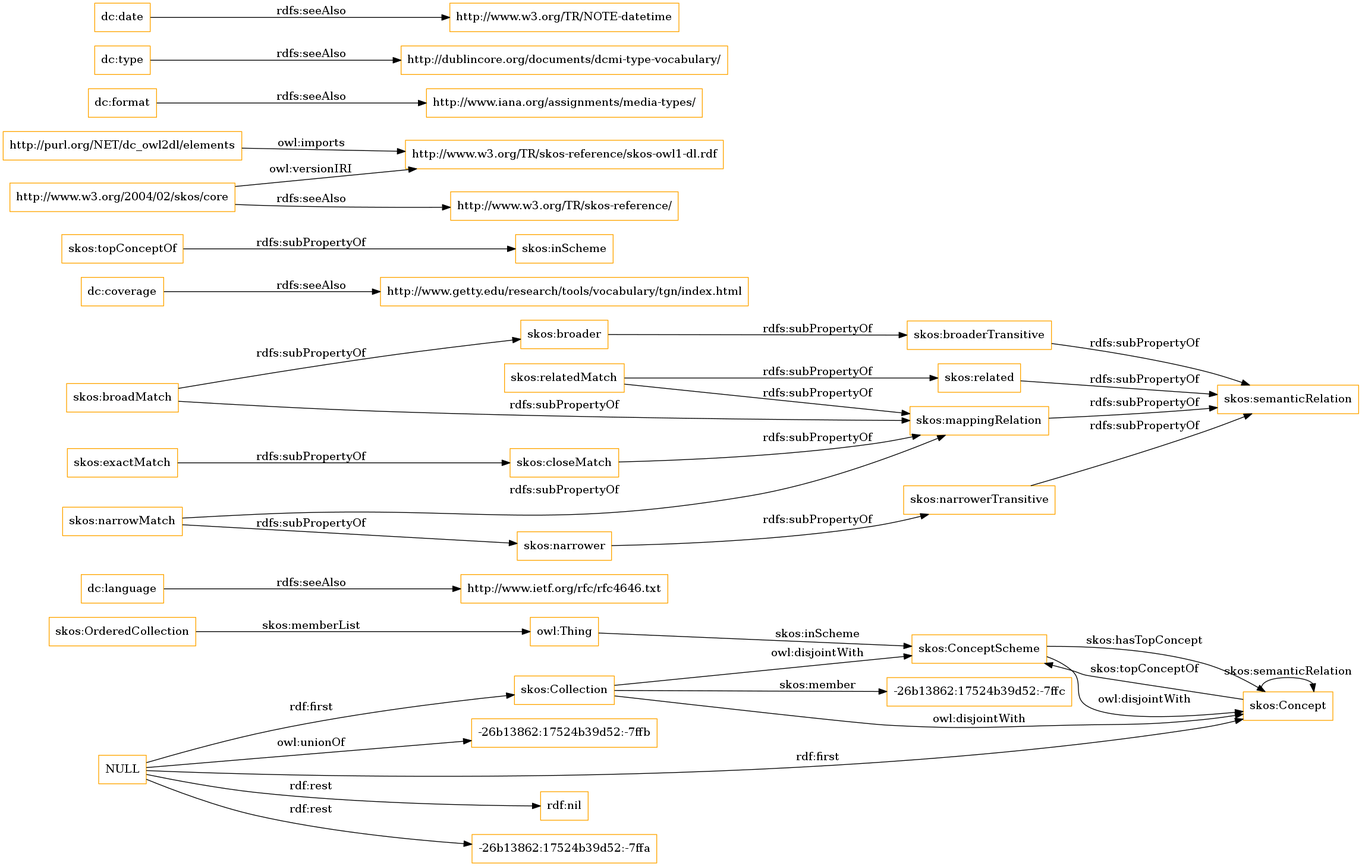
The Graphviz diagram OnToology/imports/elements.owl/diagrams/ar2dtool-class/elements.owl.png in OnToologyUser/core-ontology-1, before a commit. Its source is kept beside it as OnToology/imports/elements.owl/diagrams/ar2dtool-class/elements.owl.png.dot.
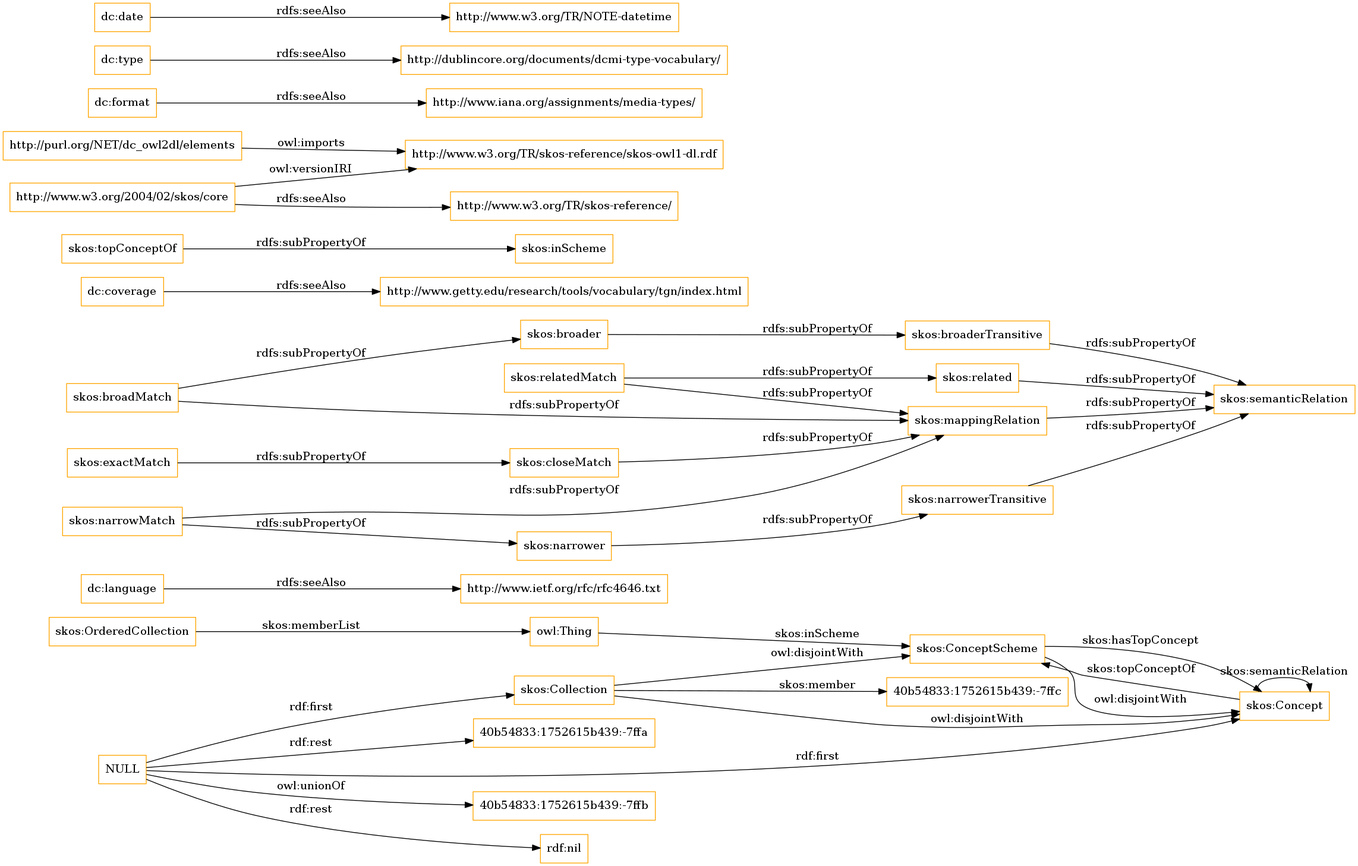
The same file after the commit.

The edit, as a diff of the source:
```diff
@@ -1,13 +1,13 @@
 digraph ar2dtool_diagram {
 rankdir=LR;
 size="1501"
-node [shape = rectangle, color="orange"]; "-26b13862:17524b39d52:-7ffc" "skos:OrderedCollection" "skos:Collection" "skos:ConceptScheme" "skos:Concept" ; /*classes style*/
+node [shape = rectangle, color="orange"]; "40b54833:1752615b439:-7ffc" "skos:OrderedCollection" "skos:Collection" "skos:ConceptScheme" "skos:Concept" ; /*classes style*/
 	"dc:language" -> "http://www.ietf.org/rfc/rfc4646.txt" [ label = "rdfs:seeAlso" ];
+	"NULL" -> "40b54833:1752615b439:-7ffb" [ label = "owl:unionOf" ];
 	"NULL" -> "rdf:nil" [ label = "rdf:rest" ];
 	"NULL" -> "skos:Collection" [ label = "rdf:first" ];
-	"NULL" -> "-26b13862:17524b39d52:-7ffa" [ label = "rdf:rest" ];
+	"NULL" -> "40b54833:1752615b439:-7ffa" [ label = "rdf:rest" ];
 	"NULL" -> "skos:Concept" [ label = "rdf:first" ];
-	"NULL" -> "-26b13862:17524b39d52:-7ffb" [ label = "owl:unionOf" ];
 	"skos:closeMatch" -> "skos:mappingRelation" [ label = "rdfs:subPropertyOf" ];
 	"dc:coverage" -> "http://www.getty.edu/research/tools/vocabulary/tgn/index.html" [ label = "rdfs:seeAlso" ];
 	"skos:relatedMatch" -> "skos:related" [ label = "rdfs:subPropertyOf" ];
@@ -36,7 +36,7 @@
 	"skos:OrderedCollection" -> "owl:Thing" [ label = "skos:memberList" ];
 	"skos:Concept" -> "skos:ConceptScheme" [ label = "skos:topConceptOf" ];
 	"skos:Concept" -> "skos:Concept" [ label = "skos:semanticRelation" ];
-	"skos:Collection" -> "-26b13862:17524b39d52:-7ffc" [ label = "skos:member" ];
+	"skos:Collection" -> "40b54833:1752615b439:-7ffc" [ label = "skos:member" ];
 	"skos:ConceptScheme" -> "skos:Concept" [ label = "skos:hasTopConcept" ];
 	"owl:Thing" -> "skos:ConceptScheme" [ label = "skos:inScheme" ];
 
```
